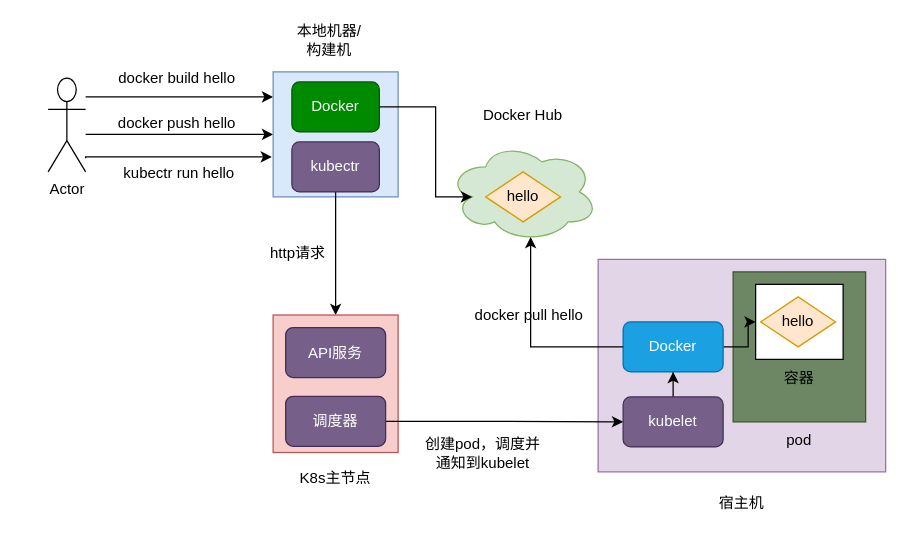
Earlier version of the draw.io diagram kubernetes/整体简易流程.drawio (buxiangchixiangcai/draw). Source tidied: cells renumbered, new cells numbered last; positions are measured from the earlier drawing's top-left corner, leaving out a move shared by most shapes. Both pictures are drawn from the tidied source at 125%, with x=0, y=0 at pixel (48, 21).
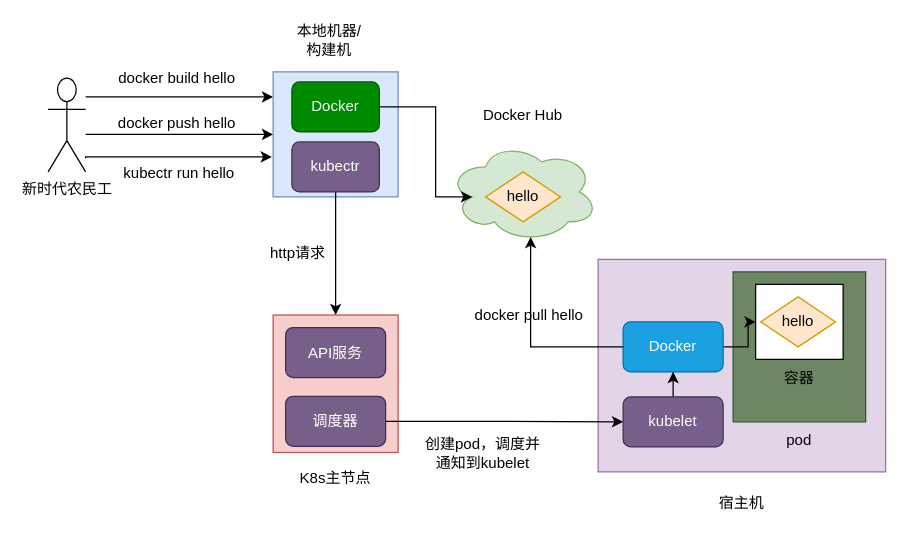
Above is the later version.

Commit message (it also covers changes not shown here):
更新整体简易流程.drawio

What changed in the source:
```diff
@@
-    <mxCell id="6" value="Actor" style="shape=umlActor;verticalLabelPosition=bottom;verticalAlign=top;html=1;outlineConnect=0;" parent="1" vertex="1">
+    <mxCell id="6" value="新时代农民工" style="shape=umlActor;verticalLabelPosition=bottom;verticalAlign=top;html=1;outlineConnect=0;" parent="1" vertex="1">
       <mxGeometry y="45" width="30" height="75" as="geometry" />
     </mxCell>
```
